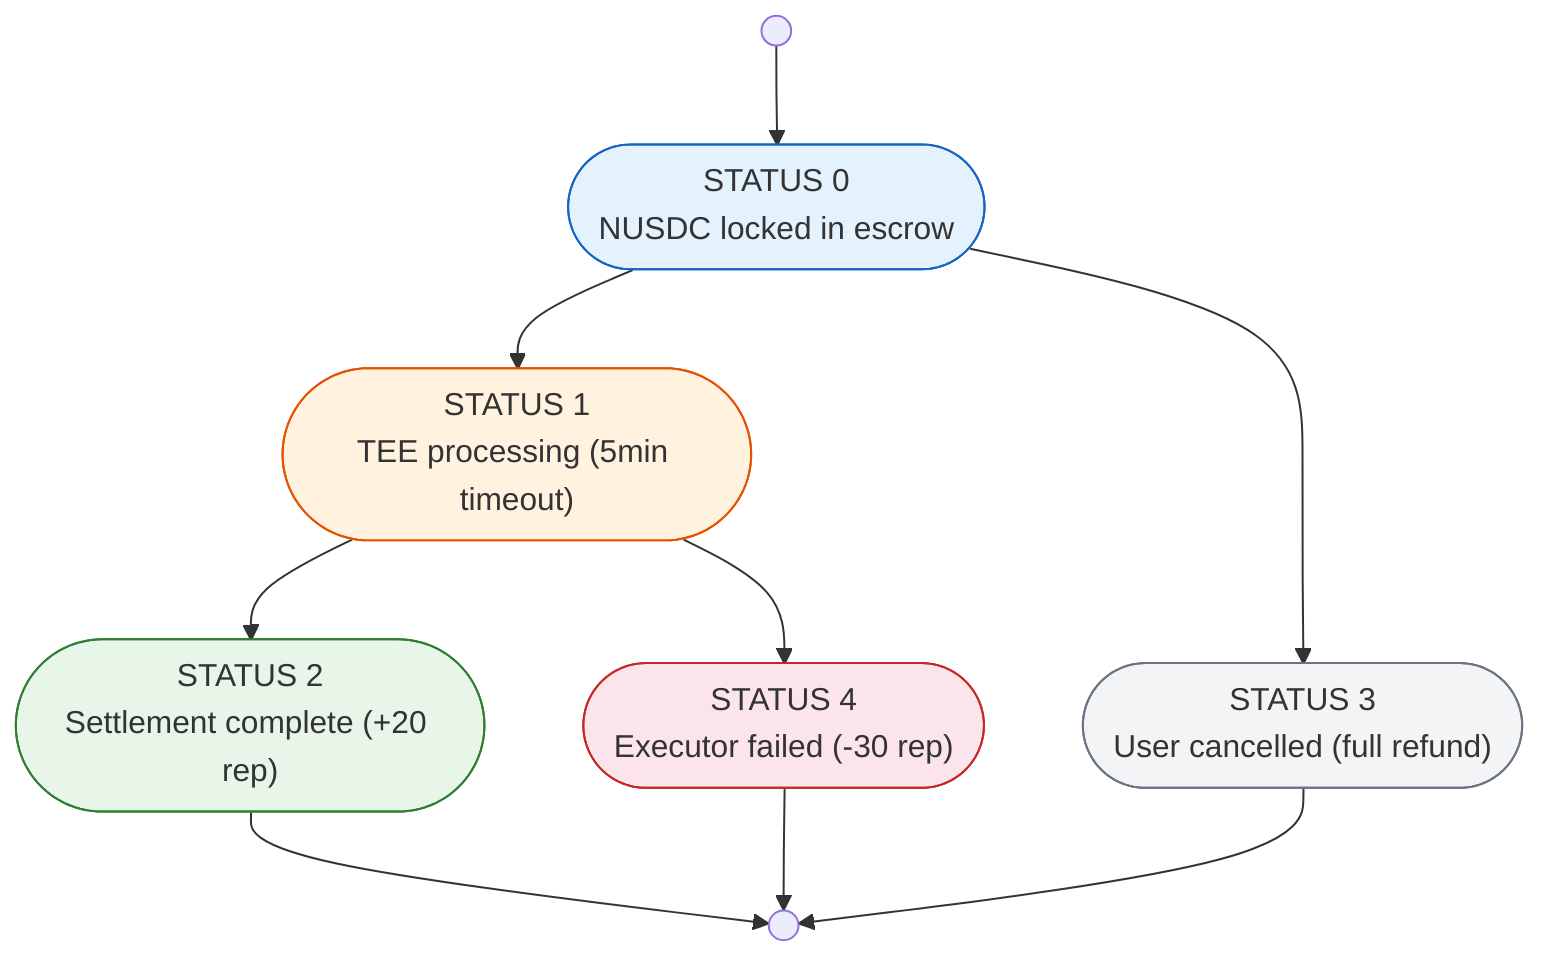
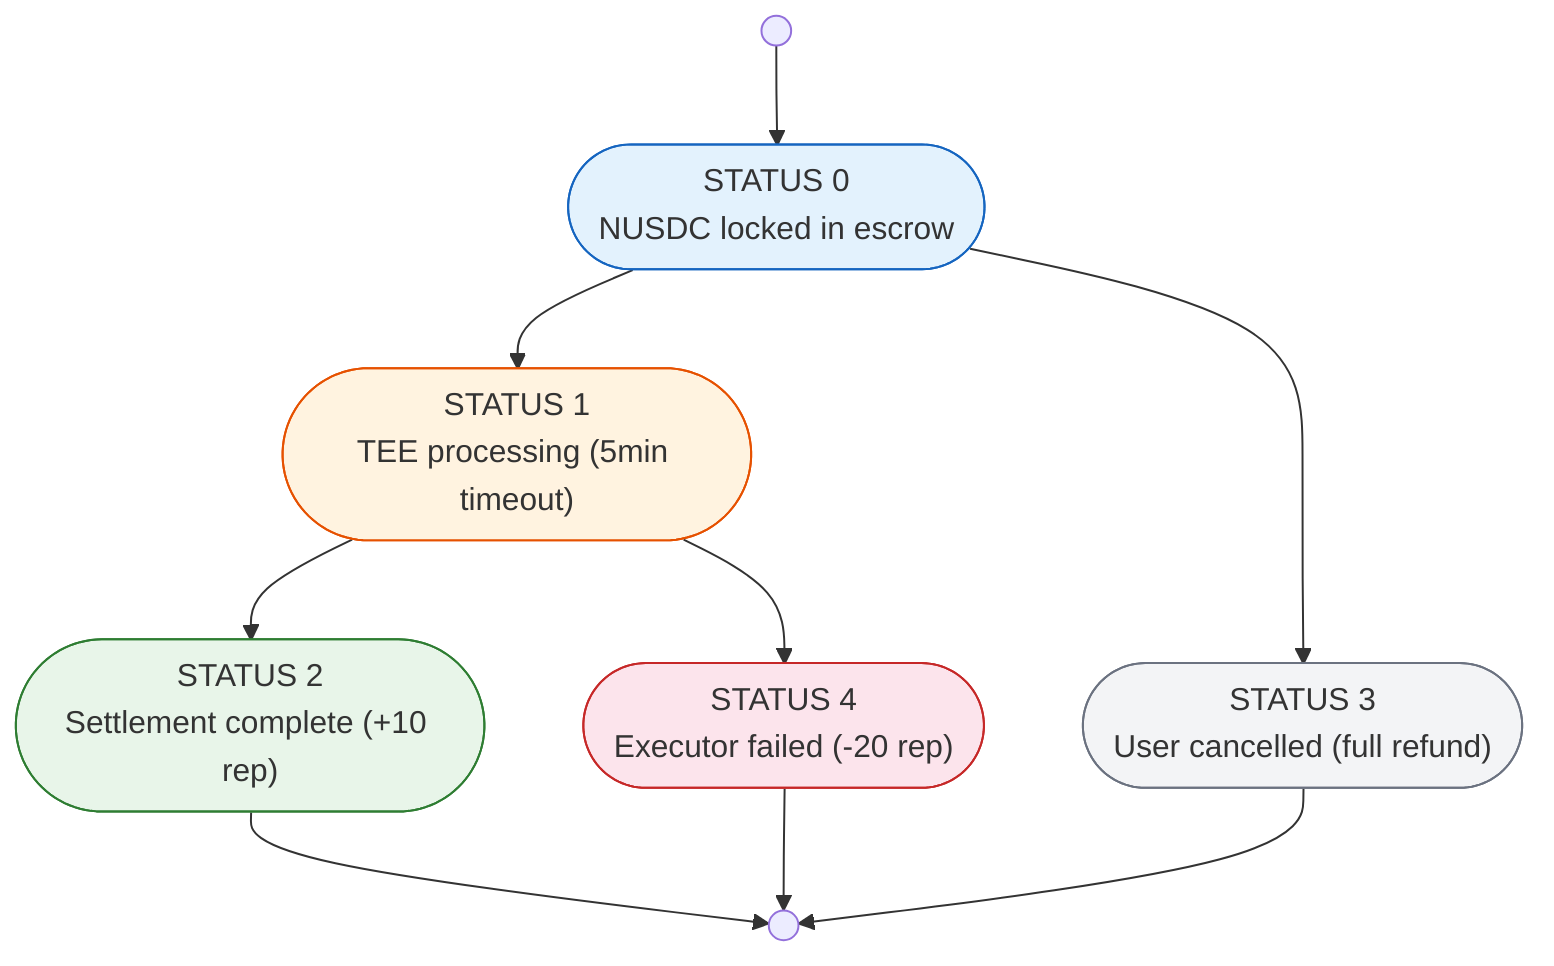
flowchart TD
    Start(( )) --> Pending
    Pending --> Executing
    Pending --> Cancelled
    Executing --> Completed
    Executing --> TimedOut
    Completed --> End(( ))
    Cancelled --> End
    TimedOut --> End

    Pending(["STATUS 0<br/>NUSDC locked in escrow"])
    Executing(["STATUS 1<br/>TEE processing (5min timeout)"])
-     Completed(["STATUS 2<br/>Settlement complete (+20 rep)"])
+     Completed(["STATUS 2<br/>Settlement complete (+10 rep)"])
    Cancelled(["STATUS 3<br/>User cancelled (full refund)"])
-     TimedOut(["STATUS 4<br/>Executor failed (-30 rep)"])
+     TimedOut(["STATUS 4<br/>Executor failed (-20 rep)"])

    style Pending fill:#e3f2fd,stroke:#1565c0
    style Executing fill:#fff3e0,stroke:#e65100
    style Completed fill:#e8f5e9,stroke:#2e7d32
    style Cancelled fill:#f3f4f6,stroke:#6b7280
    style TimedOut fill:#fce4ec,stroke:#c62828
